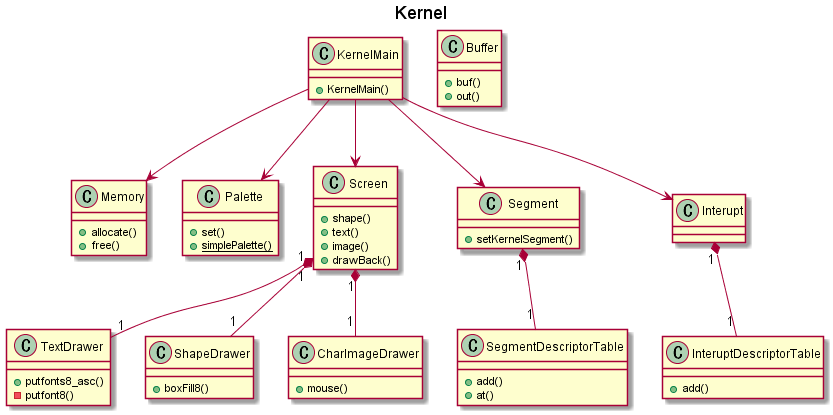
This is doc/diagrams/out/overview/Kernel.png from takowasaby/kaOS, a PlantUML export, as it was before one commit.
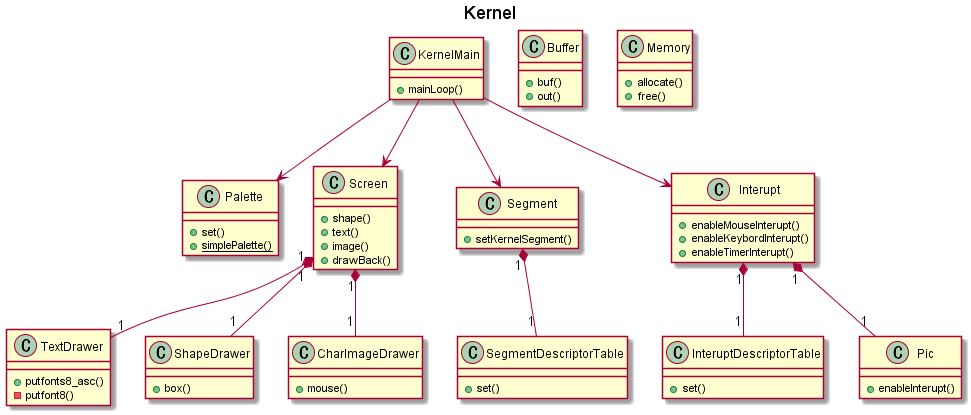
After the commit.

What changed in the source:
```diff
@@ -3,7 +3,7 @@
 title Kernel
 
 class KernelMain {
-    +KernelMain()
+    +mainLoop()
 }
 
 class Buffer {
@@ -34,7 +34,7 @@
 }
 
 class ShapeDrawer {
-    +boxFill8()
+    +box()
 }
 
 class CharImageDrawer {
@@ -46,25 +46,31 @@
 }
 
 class SegmentDescriptorTable {
-    +add()
-    +at()
+    +set()
 }
 
 class Interupt {
+    +enableMouseInterupt()
+    +enableKeybordInterupt()
+    +enableTimerInterupt()
 }
 
 class InteruptDescriptorTable {
-    +add()
+    +set()
+}
+
+class Pic {
+    +enableInterupt()
 }
 
 KernelMain --> Screen
-KernelMain --> Memory
 KernelMain --> Palette
 KernelMain --> Segment
 KernelMain --> Interupt
 Screen "1" *-- "1" TextDrawer
 Screen "1" *-- "1" ShapeDrawer
 Screen "1" *-- "1" CharImageDrawer
+Interupt "1" *-- "1" Pic
 Segment "1" *-- "1" SegmentDescriptorTable
 Interupt "1" *-- "1" InteruptDescriptorTable
 
```
